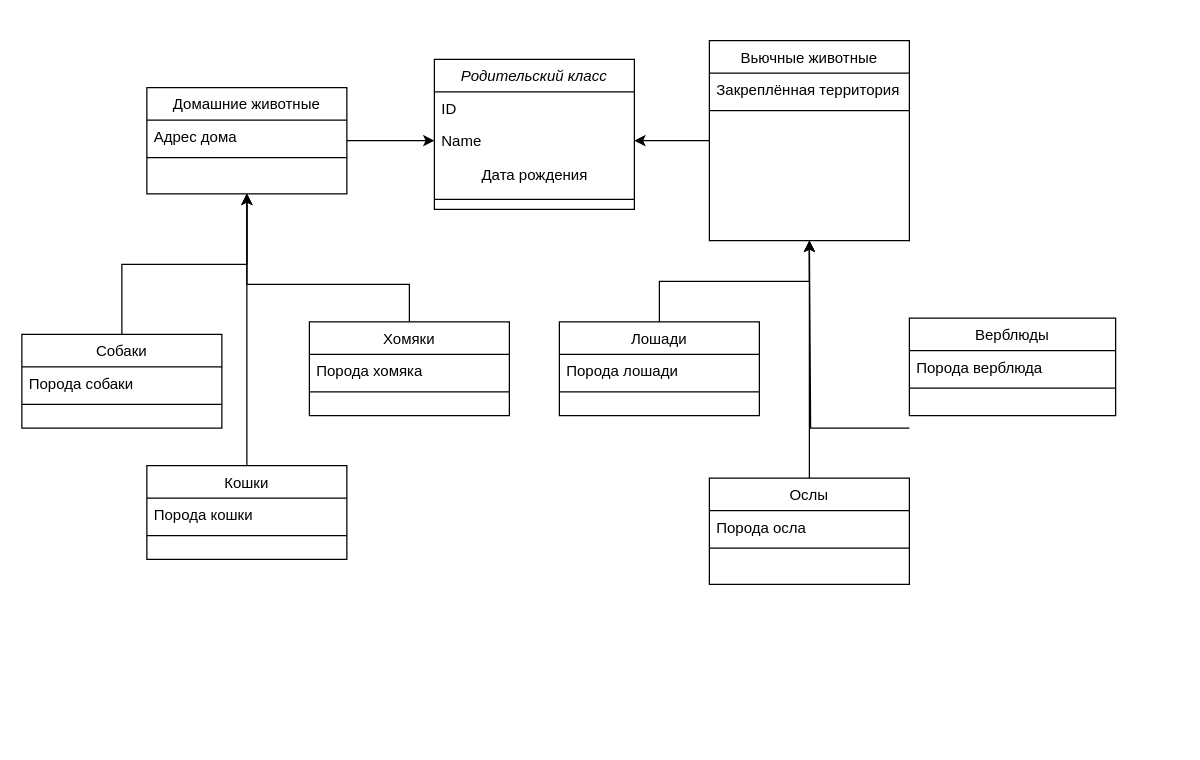
Earlier version of the draw.io diagram man-friends.drawio (AlexeyZam15/finat-test-specialization). Source tidied: cells renumbered, new cells numbered last; positions are measured from the earlier drawing's top-left corner, leaving out a move shared by most shapes. Both pictures are drawn from the tidied source at 125%, with x=0, y=0 at pixel (21, 40).
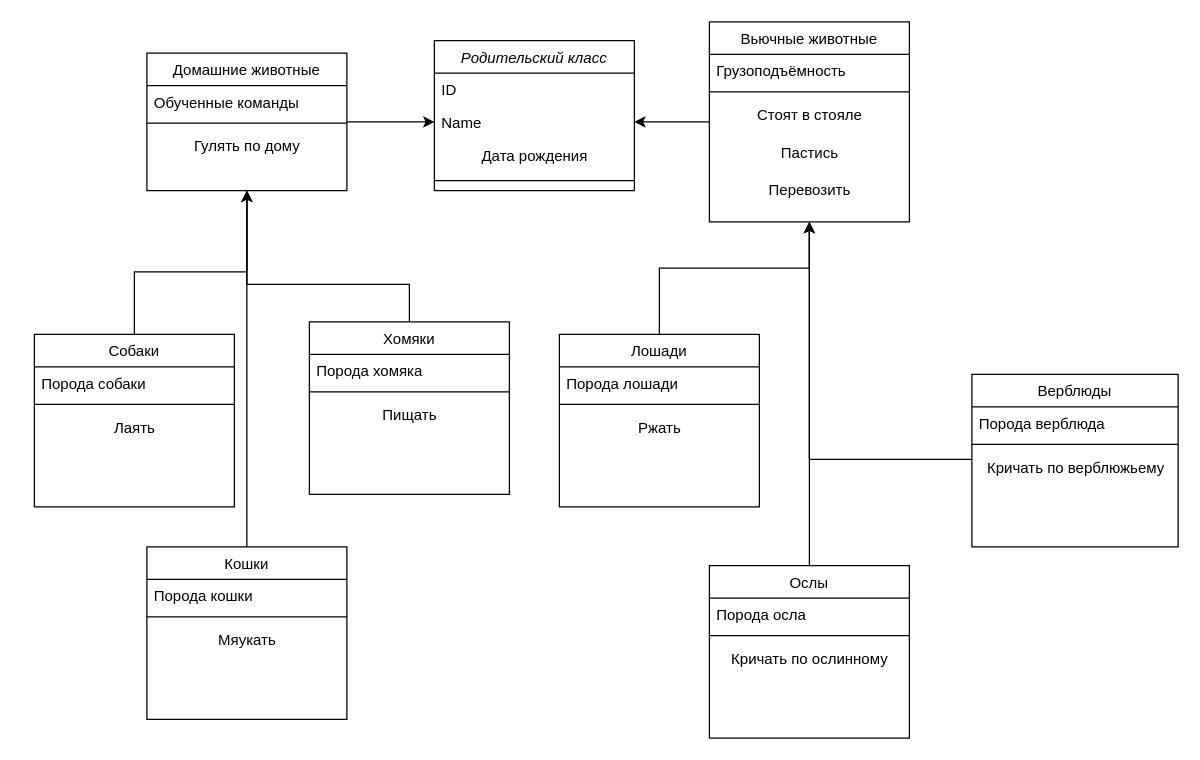
After the change.

What changed in the source:
```diff
@@
     <mxCell id="2" value="Родительский класс" style="swimlane;fontStyle=2;align=center;verticalAlign=top;horizontal=1;startSize=26;rounded=0;shadow=0;strokeWidth=1;" parent="1" vertex="1">
-      <mxGeometry x="330" y="15" width="160" height="120" as="geometry" />
+      <mxGeometry x="330" width="160" height="120" as="geometry" />
     </mxCell>
@@
     <mxCell id="8" value="Домашние животные" style="swimlane;fontStyle=0;align=center;verticalAlign=top;horizontal=1;startSize=26;rounded=0;shadow=0;strokeWidth=1;" parent="1" vertex="1">
-      <mxGeometry x="100" y="37.5" width="160" height="85" as="geometry" />
+      <mxGeometry x="100" y="10" width="160" height="110" as="geometry" />
     </mxCell>
-    <mxCell id="9" value="Адрес дома" style="text;align=left;verticalAlign=top;spacingLeft=4;spacingRight=4;overflow=hidden;" parent="8" vertex="1">
+    <mxCell id="9" value="Обученные команды" style="text;align=left;verticalAlign=top;spacingLeft=4;spacingRight=4;overflow=hidden;" parent="8" vertex="1">
       <mxGeometry y="26" width="160" height="26" as="geometry" />
     </mxCell>
@@
+    <mxCell id="39" value="Гулять по дому" style="text;html=1;align=center;verticalAlign=middle;strokeColor=none;fillColor=none;" parent="8" vertex="1">
+      <mxGeometry y="60" width="160" height="30" as="geometry" />
+    </mxCell>
     <mxCell id="11" style="edgeStyle=orthogonalEdgeStyle;rounded=0;jettySize=auto;html=1;entryX=0.5;entryY=1;entryDx=0;entryDy=0;" parent="1" edge="1" source="12" target="8">
       <mxGeometry relative="1" as="geometry">
         <Array as="points">
-          <mxPoint x="80" y="179" />
-          <mxPoint x="180" y="179" />
-          <mxPoint x="180" y="123" />
+          <mxPoint x="90" y="185" />
+          <mxPoint x="180" y="185" />
+          <mxPoint x="180" y="135" />
         </Array>
       </mxGeometry>
     </mxCell>
     <mxCell id="12" value="Собаки" style="swimlane;fontStyle=0;align=center;verticalAlign=top;horizontal=1;startSize=26;rounded=0;shadow=0;strokeWidth=1;" parent="1" vertex="1">
-      <mxGeometry y="235" width="160" height="75" as="geometry" />
+      <mxGeometry x="10" y="235" width="160" height="138" as="geometry" />
     </mxCell>
@@
+    <mxCell id="40" value="Лаять" style="text;html=1;align=center;verticalAlign=middle;strokeColor=none;fillColor=none;" parent="12" vertex="1">
+      <mxGeometry y="60" width="160" height="30" as="geometry" />
+    </mxCell>
     <mxCell id="15" style="edgeStyle=orthogonalEdgeStyle;rounded=0;jettySize=auto;html=1;entryX=0.5;entryY=1;entryDx=0;entryDy=0;" parent="1" edge="1" source="16" target="8">
       <mxGeometry relative="1" as="geometry">
         <Array as="points">
-          <mxPoint x="180" y="123" />
+          <mxPoint x="180" y="135" />
         </Array>
       </mxGeometry>
     </mxCell>
     <mxCell id="16" value="Кошки" style="swimlane;fontStyle=0;align=center;verticalAlign=top;horizontal=1;startSize=26;rounded=0;shadow=0;strokeWidth=1;" parent="1" vertex="1">
-      <mxGeometry x="100" y="340" width="160" height="75" as="geometry" />
+      <mxGeometry x="100" y="405" width="160" height="138" as="geometry" />
     </mxCell>
@@
+    <mxCell id="41" value="Мяукать" style="text;html=1;align=center;verticalAlign=middle;strokeColor=none;fillColor=none;" parent="16" vertex="1">
+      <mxGeometry y="60" width="160" height="30" as="geometry" />
+    </mxCell>
     <mxCell id="19" style="edgeStyle=orthogonalEdgeStyle;rounded=0;jettySize=auto;html=1;entryX=0.5;entryY=1;entryDx=0;entryDy=0;" parent="1" edge="1" source="20" target="8">
       <mxGeometry relative="1" as="geometry">
         <Array as="points">
           <mxPoint x="310" y="195" />
           <mxPoint x="180" y="195" />
-          <mxPoint x="180" y="123" />
         </Array>
       </mxGeometry>
     </mxCell>
     <mxCell id="20" value="Хомяки" style="swimlane;fontStyle=0;align=center;verticalAlign=top;horizontal=1;startSize=26;rounded=0;shadow=0;strokeWidth=1;" parent="1" vertex="1">
-      <mxGeometry x="230" y="225" width="160" height="75" as="geometry" />
+      <mxGeometry x="230" y="225" width="160" height="138" as="geometry" />
     </mxCell>
@@
+    <mxCell id="42" value="Пищать" style="text;html=1;align=center;verticalAlign=middle;strokeColor=none;fillColor=none;" parent="20" vertex="1">
+      <mxGeometry y="60" width="160" height="30" as="geometry" />
+    </mxCell>
@@
     <mxCell id="24" value="Вьючные животные" style="swimlane;fontStyle=0;align=center;verticalAlign=top;horizontal=1;startSize=26;rounded=0;shadow=0;strokeWidth=1;" parent="1" vertex="1">
-      <mxGeometry x="550" width="160" height="160" as="geometry" />
+      <mxGeometry x="550" y="-15" width="160" height="160" as="geometry" />
     </mxCell>
-    <mxCell id="25" value="Закреплённая территория" style="text;align=left;verticalAlign=top;spacingLeft=4;spacingRight=4;overflow=hidden;" parent="24" vertex="1">
+    <mxCell id="25" value="Грузоподъёмность&#10;" style="text;align=left;verticalAlign=top;spacingLeft=4;spacingRight=4;overflow=hidden;" parent="24" vertex="1">
       <mxGeometry y="26" width="160" height="26" as="geometry" />
     </mxCell>
@@
+    <mxCell id="43" value="Стоят в стояле" style="text;html=1;align=center;verticalAlign=middle;strokeColor=none;fillColor=none;" parent="24" vertex="1">
+      <mxGeometry y="60" width="160" height="30" as="geometry" />
+    </mxCell>
+    <mxCell id="44" value="Пастись" style="text;html=1;align=center;verticalAlign=middle;strokeColor=none;fillColor=none;" parent="24" vertex="1">
+      <mxGeometry y="90" width="160" height="30" as="geometry" />
+    </mxCell>
+    <mxCell id="45" value="Перевозить" style="text;html=1;align=center;verticalAlign=middle;strokeColor=none;fillColor=none;" parent="24" vertex="1">
+      <mxGeometry y="120" width="160" height="30" as="geometry" />
+    </mxCell>
     <mxCell id="27" style="edgeStyle=orthogonalEdgeStyle;rounded=0;jettySize=auto;html=1;entryX=0.5;entryY=1;entryDx=0;entryDy=0;" parent="1" edge="1" source="28" target="24">
-      <mxGeometry relative="1" as="geometry" />
+      <mxGeometry relative="1" as="geometry">
+        <Array as="points">
+          <mxPoint x="510" y="182" />
+          <mxPoint x="630" y="182" />
+        </Array>
+      </mxGeometry>
     </mxCell>
     <mxCell id="28" value="Лошади" style="swimlane;fontStyle=0;align=center;verticalAlign=top;horizontal=1;startSize=26;rounded=0;shadow=0;strokeWidth=1;" parent="1" vertex="1">
-      <mxGeometry x="430" y="225" width="160" height="75" as="geometry" />
+      <mxGeometry x="430" y="235" width="160" height="138" as="geometry" />
     </mxCell>
@@
+    <mxCell id="46" value="Ржать" style="text;html=1;align=center;verticalAlign=middle;strokeColor=none;fillColor=none;" parent="28" vertex="1">
+      <mxGeometry y="60" width="160" height="30" as="geometry" />
+    </mxCell>
@@
     <mxCell id="32" value="Ослы" style="swimlane;fontStyle=0;align=center;verticalAlign=top;horizontal=1;startSize=26;rounded=0;shadow=0;strokeWidth=1;" parent="1" vertex="1">
-      <mxGeometry x="550" y="350" width="160" height="85" as="geometry" />
+      <mxGeometry x="550" y="420" width="160" height="138" as="geometry" />
     </mxCell>
@@
+    <mxCell id="47" value="Кричать по ослинному" style="text;html=1;align=center;verticalAlign=middle;strokeColor=none;fillColor=none;" parent="32" vertex="1">
+      <mxGeometry y="60" width="160" height="30" as="geometry" />
+    </mxCell>
     <mxCell id="35" value="Верблюды" style="swimlane;fontStyle=0;align=center;verticalAlign=top;horizontal=1;startSize=26;rounded=0;shadow=0;strokeWidth=1;" parent="1" vertex="1">
-      <mxGeometry x="710" y="222" width="165" height="78" as="geometry" />
+      <mxGeometry x="760" y="267" width="165" height="138" as="geometry" />
     </mxCell>
@@
+    <mxCell id="48" value="Кричать по верблюжьему" style="text;html=1;align=center;verticalAlign=middle;strokeColor=none;fillColor=none;" parent="35" vertex="1">
+      <mxGeometry y="60" width="165" height="30" as="geometry" />
+    </mxCell>
-    <mxCell id="38" style="edgeStyle=orthogonalEdgeStyle;rounded=0;jettySize=auto;html=1;entryX=0.5;entryY=1;entryDx=0;entryDy=0;" parent="1" edge="1" target="24">
+    <mxCell id="38" style="edgeStyle=orthogonalEdgeStyle;rounded=0;jettySize=auto;html=1;entryX=0.5;entryY=1;entryDx=0;entryDy=0;" parent="1" edge="1" source="35" target="24">
       <mxGeometry relative="1" as="geometry">
-        <mxPoint x="710" y="310" as="sourcePoint" />
         <Array as="points">
-          <mxPoint x="631" y="310" />
+          <mxPoint x="630" y="335" />
         </Array>
       </mxGeometry>
     </mxCell>
```
